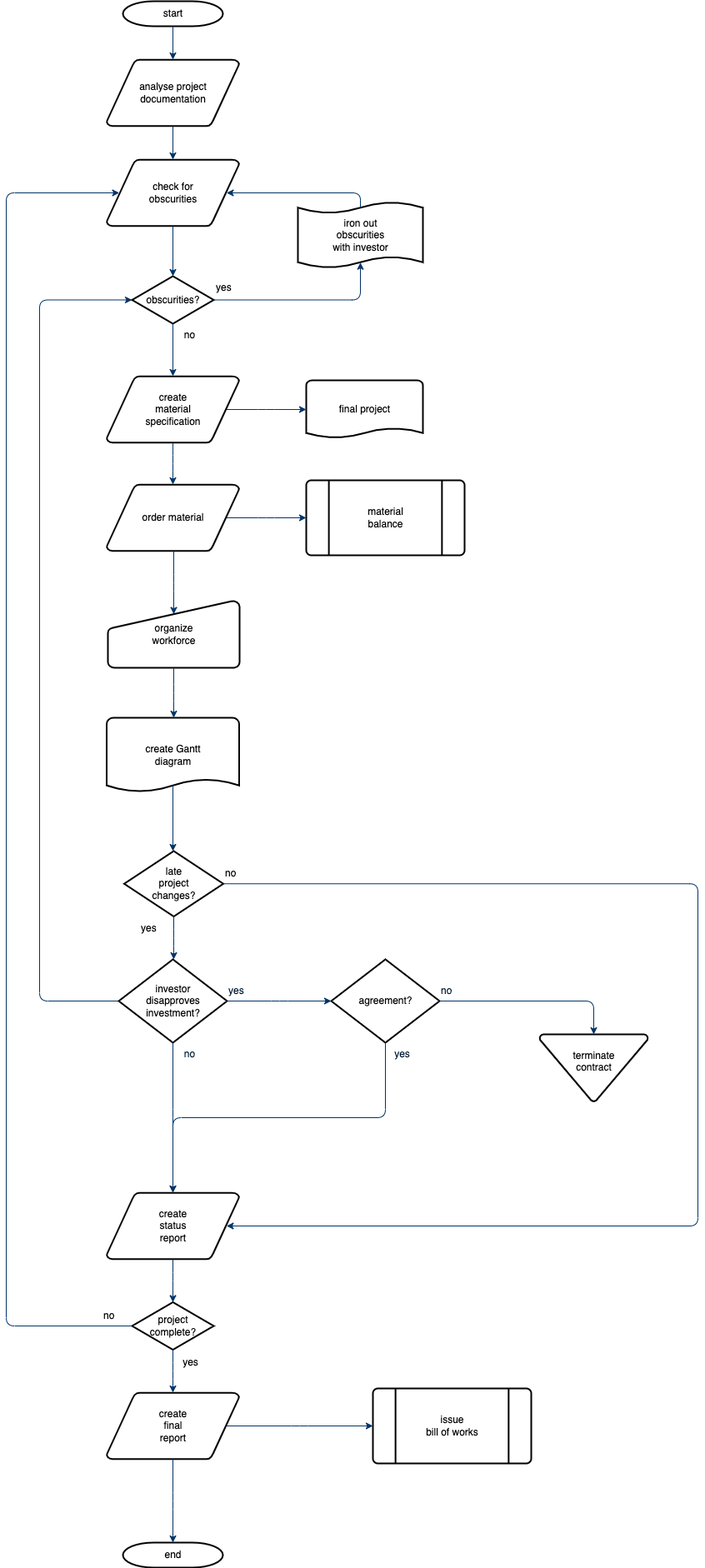
Clayszn/hello-world keeps this draw.io diagram as Untitled Diagram.drawio.png. Above is the earlier version. Source tidied: cells renumbered, new cells last; positions are measured from the earlier drawing's top-left corner, leaving out a move shared by most shapes.
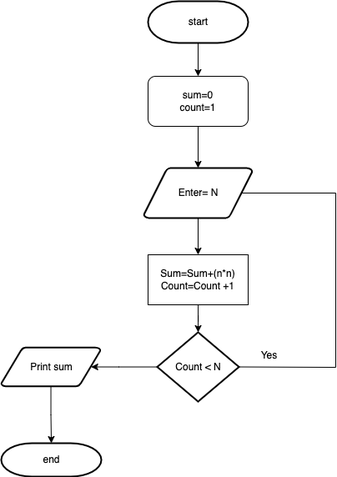
Later version of the same file.

The edit, as a diff of the source:
```diff
@@ -2,191 +2,59 @@
   <root>
     <mxCell id="0" />
     <mxCell id="1" parent="0" />
+    <mxCell id="56" style="edgeStyle=orthogonalEdgeStyle;rounded=0;jettySize=auto;html=1;" parent="1" edge="1" source="2" target="60">
+      <mxGeometry relative="1" as="geometry" />
+    </mxCell>
     <mxCell id="2" value="start" style="shape=mxgraph.flowchart.terminator;strokeWidth=2;gradientColor=none;gradientDirection=north;fontStyle=0;html=1;" parent="1" vertex="1">
-      <mxGeometry x="140" width="120" height="30" as="geometry" />
+      <mxGeometry x="135" y="-10" width="120" height="50" as="geometry" />
     </mxCell>
-    <mxCell id="3" value="analyse project&#10; documentation" style="shape=mxgraph.flowchart.data;strokeWidth=2;gradientColor=none;gradientDirection=north;fontStyle=0;html=1;" parent="1" vertex="1">
-      <mxGeometry x="120.5" y="70" width="159" height="80" as="geometry" />
-    </mxCell>
+    <mxCell id="57" style="edgeStyle=orthogonalEdgeStyle;rounded=0;jettySize=auto;html=1;" parent="1" edge="1" source="4" target="40">
+      <mxGeometry relative="1" as="geometry" />
+    </mxCell>
-    <mxCell id="4" value="create&#10;material&#10;specification" style="shape=mxgraph.flowchart.data;strokeWidth=2;gradientColor=none;gradientDirection=north;fontStyle=0;html=1;" parent="1" vertex="1">
-      <mxGeometry x="120.5" y="450" width="159" height="80" as="geometry" />
+    <mxCell id="4" value="Print sum" style="shape=mxgraph.flowchart.data;strokeWidth=2;gradientColor=none;gradientDirection=north;fontStyle=0;html=1;" parent="1" vertex="1">
+      <mxGeometry x="-41" y="405.2" width="119" height="46.5" as="geometry" />
     </mxCell>
+    <mxCell id="58" style="edgeStyle=orthogonalEdgeStyle;rounded=0;jettySize=auto;html=1;" parent="1" edge="1" source="5" target="62">
+      <mxGeometry relative="1" as="geometry" />
+    </mxCell>
-    <mxCell id="5" value="check for&#10;obscurities" style="shape=mxgraph.flowchart.data;strokeWidth=2;gradientColor=none;gradientDirection=north;fontStyle=0;html=1;" parent="1" vertex="1">
-      <mxGeometry x="120.5" y="190" width="159" height="80" as="geometry" />
+    <mxCell id="5" value="Enter= N" style="shape=mxgraph.flowchart.data;strokeWidth=2;gradientColor=none;gradientDirection=north;fontStyle=0;html=1;" parent="1" vertex="1">
+      <mxGeometry x="130" y="190" width="130" height="60" as="geometry" />
     </mxCell>
+    <mxCell id="12" style="edgeStyle=orthogonalEdgeStyle;rounded=0;jettySize=auto;html=1;entryX=0.905;entryY=0.5;entryDx=0;entryDy=0;entryPerimeter=0;" parent="1" edge="1" source="6" target="4">
+      <mxGeometry relative="1" as="geometry">
+        <Array as="points">
+          <mxPoint x="100" y="429" />
+        </Array>
+      </mxGeometry>
+    </mxCell>
-    <mxCell id="6" value="obscurities?" style="shape=mxgraph.flowchart.decision;strokeWidth=2;gradientColor=none;gradientDirection=north;fontStyle=0;html=1;" parent="1" vertex="1">
-      <mxGeometry x="151" y="330" width="98" height="57" as="geometry" />
+    <mxCell id="6" value="Count &amp;lt; N" style="shape=mxgraph.flowchart.decision;strokeWidth=2;gradientColor=none;gradientDirection=north;fontStyle=0;html=1;" parent="1" vertex="1">
+      <mxGeometry x="146" y="387" width="98" height="83" as="geometry" />
     </mxCell>
-    <mxCell id="7" style="fontStyle=1;strokeColor=#003366;strokeWidth=1;html=1;" parent="1" edge="1" source="2" target="3">
-      <mxGeometry relative="1" as="geometry" />
-    </mxCell>
-    <mxCell id="8" style="fontStyle=1;strokeColor=#003366;strokeWidth=1;html=1;" parent="1" edge="1" source="3" target="5">
-      <mxGeometry relative="1" as="geometry" />
-    </mxCell>
-    <mxCell id="9" style="entryX=0.5;entryY=0;entryPerimeter=0;fontStyle=1;strokeColor=#003366;strokeWidth=1;html=1;" parent="1" edge="1" source="5" target="6">
-      <mxGeometry relative="1" as="geometry" />
-    </mxCell>
-    <mxCell id="10" style="edgeStyle=elbowEdgeStyle;elbow=horizontal;entryX=0.5;entryY=0.91;entryPerimeter=0;exitX=1;exitY=0.5;exitPerimeter=0;fontStyle=1;strokeColor=#003366;strokeWidth=1;html=1;" parent="1" edge="1" source="6" target="51">
-      <mxGeometry x="381" y="28.5" as="geometry">
-        <Array as="points">
-          <mxPoint x="425" y="340" />
-        </Array>
-      </mxGeometry>
-    </mxCell>
-    <mxCell id="11" value="yes" style="text;fontStyle=0;html=1;strokeColor=none;gradientColor=none;fillColor=none;strokeWidth=2;" parent="1" vertex="1">
-      <mxGeometry x="250" y="330" width="40" height="26" as="geometry" />
-    </mxCell>
-    <mxCell id="12" style="edgeStyle=elbowEdgeStyle;elbow=horizontal;fontColor=#001933;fontStyle=1;strokeColor=#003366;strokeWidth=1;html=1;" parent="1" edge="1" source="6" target="4">
-      <mxGeometry as="geometry" />
-    </mxCell>
-    <mxCell id="13" value="order material" style="shape=mxgraph.flowchart.data;strokeWidth=2;gradientColor=none;gradientDirection=north;fontStyle=0;html=1;" parent="1" vertex="1">
-      <mxGeometry x="120.5" y="580" width="159" height="80" as="geometry" />
-    </mxCell>
-    <mxCell id="14" value="no" style="text;fontStyle=0;html=1;strokeColor=none;gradientColor=none;fillColor=none;strokeWidth=2;align=center;" parent="1" vertex="1">
-      <mxGeometry x="200" y="387" width="40" height="26" as="geometry" />
-    </mxCell>
-    <mxCell id="15" value="final project" style="shape=mxgraph.flowchart.document;strokeWidth=2;gradientColor=none;gradientDirection=north;fontStyle=0;html=1;" parent="1" vertex="1">
-      <mxGeometry x="360" y="455" width="140" height="70" as="geometry" />
-    </mxCell>
-    <mxCell id="16" style="edgeStyle=elbowEdgeStyle;elbow=horizontal;exitX=0.905;exitY=0.5;exitPerimeter=0;fontStyle=1;strokeColor=#003366;strokeWidth=1;html=1;" parent="1" edge="1" source="4" target="15">
-      <mxGeometry as="geometry" />
-    </mxCell>
-    <mxCell id="17" style="edgeStyle=elbowEdgeStyle;elbow=horizontal;fontStyle=1;strokeColor=#003366;strokeWidth=1;html=1;" parent="1" edge="1" source="4" target="13">
-      <mxGeometry as="geometry" />
-    </mxCell>
-    <mxCell id="18" value="material&#10;balance" style="shape=mxgraph.flowchart.predefined_process;strokeWidth=2;gradientColor=none;gradientDirection=north;fontStyle=0;html=1;" parent="1" vertex="1">
-      <mxGeometry x="360" y="575" width="190" height="90" as="geometry" />
-    </mxCell>
-    <mxCell id="19" style="edgeStyle=elbowEdgeStyle;elbow=horizontal;exitX=0.905;exitY=0.5;exitPerimeter=0;fontStyle=1;strokeColor=#003366;strokeWidth=1;html=1;" parent="1" edge="1" source="13" target="18">
-      <mxGeometry as="geometry" />
-    </mxCell>
-    <mxCell id="20" value="organize &#10;workforce" style="shape=mxgraph.flowchart.manual_input;strokeWidth=2;gradientColor=none;gradientDirection=north;fontStyle=0;html=1;" parent="1" vertex="1">
-      <mxGeometry x="122" y="720" width="158" height="80" as="geometry" />
-    </mxCell>
-    <mxCell id="21" style="edgeStyle=elbowEdgeStyle;elbow=horizontal;entryX=0.5;entryY=0.195;entryPerimeter=0;fontStyle=1;strokeColor=#003366;strokeWidth=1;html=1;" parent="1" edge="1" source="13" target="20">
-      <mxGeometry as="geometry" />
-    </mxCell>
-    <mxCell id="22" value="create Gantt&#10;diagram" style="shape=mxgraph.flowchart.document;strokeWidth=2;gradientColor=none;gradientDirection=north;fontStyle=0;html=1;" parent="1" vertex="1">
-      <mxGeometry x="120.5" y="860" width="159" height="90" as="geometry" />
-    </mxCell>
-    <mxCell id="23" style="edgeStyle=elbowEdgeStyle;elbow=horizontal;exitX=0.5;exitY=1;exitPerimeter=0;fontStyle=1;strokeColor=#003366;strokeWidth=1;html=1;" parent="1" edge="1" source="20" target="22">
-      <mxGeometry as="geometry" />
-    </mxCell>
-    <mxCell id="24" value="late&#10;project&#10;changes?" style="shape=mxgraph.flowchart.decision;strokeWidth=2;gradientColor=none;gradientDirection=north;fontStyle=0;html=1;" parent="1" vertex="1">
-      <mxGeometry x="141.5" y="1020" width="119" height="78.5" as="geometry" />
-    </mxCell>
-    <mxCell id="25" style="edgeStyle=elbowEdgeStyle;elbow=horizontal;exitX=0.5;exitY=0.9;exitPerimeter=0;fontStyle=1;strokeColor=#003366;strokeWidth=1;html=1;" parent="1" edge="1" source="22" target="24">
-      <mxGeometry as="geometry" />
-    </mxCell>
-    <mxCell id="26" style="edgeStyle=elbowEdgeStyle;elbow=horizontal;exitX=0;exitY=0.5;exitPerimeter=0;entryX=0;entryY=0.5;entryPerimeter=0;fontStyle=1;strokeColor=#003366;strokeWidth=1;html=1;" parent="1" edge="1" source="28" target="6">
-      <mxGeometry as="geometry">
-        <Array as="points">
-          <mxPoint x="40" y="790" />
-        </Array>
-      </mxGeometry>
-    </mxCell>
-    <mxCell id="27" value="yes" style="text;fontStyle=0;html=1;strokeColor=none;gradientColor=none;fillColor=none;strokeWidth=2;" parent="1" vertex="1">
-      <mxGeometry x="160" y="1098.5" width="40" height="26" as="geometry" />
-    </mxCell>
-    <mxCell id="28" value="investor&#10;disapproves&#10; investment?" style="shape=mxgraph.flowchart.decision;strokeWidth=2;gradientColor=none;gradientDirection=north;fontStyle=0;html=1;" parent="1" vertex="1">
-      <mxGeometry x="135" y="1150" width="130" height="100" as="geometry" />
-    </mxCell>
-    <mxCell id="29" value="agreement?" style="shape=mxgraph.flowchart.decision;strokeWidth=2;gradientColor=none;gradientDirection=north;fontStyle=0;html=1;" parent="1" vertex="1">
-      <mxGeometry x="390" y="1150" width="130" height="100" as="geometry" />
-    </mxCell>
-    <mxCell id="30" style="edgeStyle=elbowEdgeStyle;elbow=horizontal;exitX=0.5;exitY=1;exitPerimeter=0;fontStyle=1;strokeColor=#003366;strokeWidth=1;html=1;" parent="1" edge="1" source="24" target="28">
-      <mxGeometry as="geometry" />
-    </mxCell>
-    <mxCell id="31" style="edgeStyle=elbowEdgeStyle;elbow=horizontal;exitX=1;exitY=0.5;exitPerimeter=0;entryX=0;entryY=0.5;entryPerimeter=0;fontStyle=1;strokeColor=#003366;strokeWidth=1;html=1;" parent="1" edge="1" source="28" target="29">
-      <mxGeometry as="geometry" />
-    </mxCell>
-    <mxCell id="32" value="terminate&#10;contract&#10;" style="shape=mxgraph.flowchart.merge_or_storage;strokeWidth=2;gradientColor=none;gradientDirection=north;fontStyle=0;html=1;" parent="1" vertex="1">
-      <mxGeometry x="640" y="1240" width="130" height="80.5" as="geometry" />
-    </mxCell>
-    <mxCell id="33" style="edgeStyle=elbowEdgeStyle;elbow=vertical;exitX=1;exitY=0.5;exitPerimeter=0;entryX=0.5;entryY=0;entryPerimeter=0;fontStyle=1;strokeColor=#003366;strokeWidth=1;html=1;" parent="1" edge="1" source="29" target="32">
-      <mxGeometry as="geometry">
-        <Array as="points">
-          <mxPoint x="620" y="1200" />
-        </Array>
-      </mxGeometry>
-    </mxCell>
-    <mxCell id="34" value="create&#10;status&#10;report" style="shape=mxgraph.flowchart.data;strokeWidth=2;gradientColor=none;gradientDirection=north;fontStyle=0;html=1;" parent="1" vertex="1">
-      <mxGeometry x="120.5" y="1430" width="159" height="80" as="geometry" />
-    </mxCell>
-    <mxCell id="35" style="edgeStyle=elbowEdgeStyle;elbow=vertical;exitX=0.5;exitY=1;exitPerimeter=0;fontColor=#001933;fontStyle=1;strokeColor=#003366;strokeWidth=1;html=1;" parent="1" edge="1" source="28" target="34">
-      <mxGeometry as="geometry" />
-    </mxCell>
-    <mxCell id="36" style="edgeStyle=elbowEdgeStyle;elbow=vertical;exitX=0.5;exitY=1;exitPerimeter=0;entryX=0.5;entryY=0;entryPerimeter=0;fontStyle=1;strokeColor=#003366;strokeWidth=1;html=1;" parent="1" edge="1" source="29" target="34">
-      <mxGeometry as="geometry" />
-    </mxCell>
-    <mxCell id="37" value="project&#10;complete?" style="shape=mxgraph.flowchart.decision;strokeWidth=2;gradientColor=none;gradientDirection=north;fontStyle=0;html=1;" parent="1" vertex="1">
-      <mxGeometry x="151" y="1561.5" width="98" height="57" as="geometry" />
-    </mxCell>
-    <mxCell id="38" value="create&#10;final&#10;report" style="shape=mxgraph.flowchart.data;strokeWidth=2;gradientColor=none;gradientDirection=north;fontStyle=0;html=1;" parent="1" vertex="1">
-      <mxGeometry x="120.5" y="1670" width="159" height="80" as="geometry" />
-    </mxCell>
-    <mxCell id="39" value="issue&#10;bill of works" style="shape=mxgraph.flowchart.predefined_process;strokeWidth=2;gradientColor=none;gradientDirection=north;fontStyle=0;html=1;" parent="1" vertex="1">
-      <mxGeometry x="440" y="1665" width="190" height="90" as="geometry" />
-    </mxCell>
     <mxCell id="40" value="end" style="shape=mxgraph.flowchart.terminator;strokeWidth=2;gradientColor=none;gradientDirection=north;fontStyle=0;html=1;" parent="1" vertex="1">
-      <mxGeometry x="140" y="1850" width="120" height="30" as="geometry" />
+      <mxGeometry x="-41" y="520" width="120" height="40" as="geometry" />
     </mxCell>
-    <mxCell id="41" style="edgeStyle=elbowEdgeStyle;elbow=vertical;exitX=0.5;exitY=1;exitPerimeter=0;entryX=0.5;entryY=0;entryPerimeter=0;fontStyle=1;strokeColor=#003366;strokeWidth=1;html=1;" parent="1" edge="1" source="34" target="37">
-      <mxGeometry as="geometry" />
-    </mxCell>
-    <mxCell id="42" style="edgeStyle=elbowEdgeStyle;elbow=vertical;exitX=0.5;exitY=1;exitPerimeter=0;entryX=0.5;entryY=0;entryPerimeter=0;fontStyle=1;strokeColor=#003366;strokeWidth=1;html=1;" parent="1" edge="1" source="37" target="38">
-      <mxGeometry as="geometry" />
-    </mxCell>
-    <mxCell id="43" style="edgeStyle=elbowEdgeStyle;elbow=vertical;exitX=0.5;exitY=1;exitPerimeter=0;entryX=0.5;entryY=0;entryPerimeter=0;fontStyle=1;strokeColor=#003366;strokeWidth=1;html=1;" parent="1" edge="1" source="38" target="40">
-      <mxGeometry as="geometry" />
-    </mxCell>
-    <mxCell id="44" style="edgeStyle=elbowEdgeStyle;elbow=vertical;exitX=0.905;exitY=0.5;exitPerimeter=0;entryX=0;entryY=0.5;entryPerimeter=0;fontStyle=1;strokeColor=#003366;strokeWidth=1;html=1;" parent="1" edge="1" source="38" target="39">
-      <mxGeometry as="geometry" />
-    </mxCell>
-    <mxCell id="45" style="edgeStyle=elbowEdgeStyle;elbow=horizontal;exitX=1;exitY=0.5;exitPerimeter=0;entryX=0.905;entryY=0.5;entryPerimeter=0;fontStyle=1;strokeColor=#003366;strokeWidth=1;html=1;" parent="1" edge="1" source="24" target="34">
-      <mxGeometry as="geometry">
-        <Array as="points">
-          <mxPoint x="830" y="1260" />
-        </Array>
-      </mxGeometry>
-    </mxCell>
-    <mxCell id="46" value="no" style="text;fontStyle=0;html=1;strokeColor=none;gradientColor=none;fillColor=none;strokeWidth=2;" parent="1" vertex="1">
-      <mxGeometry x="260.5" y="1033.2" width="40" height="26" as="geometry" />
-    </mxCell>
-    <mxCell id="47" value="yes" style="text;fontColor=#001933;fontStyle=0;html=1;strokeColor=none;gradientColor=none;fillColor=none;strokeWidth=2;" parent="1" vertex="1">
-      <mxGeometry x="265" y="1174" width="40" height="26" as="geometry" />
-    </mxCell>
-    <mxCell id="48" value="no" style="text;fontColor=#001933;fontStyle=0;html=1;strokeColor=none;gradientColor=none;fillColor=none;strokeWidth=2;align=center;" parent="1" vertex="1">
-      <mxGeometry x="200" y="1250" width="40" height="26" as="geometry" />
-    </mxCell>
-    <mxCell id="49" value="yes" style="text;fontColor=#001933;fontStyle=0;html=1;strokeColor=none;gradientColor=none;fillColor=none;strokeWidth=2;align=center;" parent="1" vertex="1">
-      <mxGeometry x="455" y="1250" width="40" height="26" as="geometry" />
-    </mxCell>
-    <mxCell id="50" value="no" style="text;fontColor=#001933;fontStyle=0;html=1;strokeColor=none;gradientColor=none;fillColor=none;strokeWidth=2;" parent="1" vertex="1">
-      <mxGeometry x="520" y="1174" width="40" height="26" as="geometry" />
-    </mxCell>
-    <mxCell id="51" value="iron out&#10;obscurities &#10;with investor" style="shape=mxgraph.flowchart.paper_tape;strokeWidth=2;gradientColor=none;gradientDirection=north;fontStyle=0;html=1;" parent="1" vertex="1">
-      <mxGeometry x="350" y="240" width="150" height="81" as="geometry" />
-    </mxCell>
-    <mxCell id="52" style="edgeStyle=elbowEdgeStyle;elbow=horizontal;exitX=0.5;exitY=0.09;exitPerimeter=0;entryX=0.905;entryY=0.5;entryPerimeter=0;fontStyle=1;strokeColor=#003366;strokeWidth=1;html=1;" parent="1" edge="1" source="51" target="5">
-      <mxGeometry as="geometry">
-        <Array as="points">
-          <mxPoint x="425" y="240" />
-        </Array>
-      </mxGeometry>
-    </mxCell>
-    <mxCell id="53" value="yes" style="text;fontStyle=0;html=1;strokeColor=none;gradientColor=none;fillColor=none;strokeWidth=2;align=center;" parent="1" vertex="1">
-      <mxGeometry x="201" y="1620" width="40" height="26" as="geometry" />
-    </mxCell>
-    <mxCell id="54" style="edgeStyle=elbowEdgeStyle;elbow=horizontal;exitX=0;exitY=0.5;exitPerimeter=0;entryX=0.095;entryY=0.5;entryPerimeter=0;fontStyle=1;strokeColor=#003366;strokeWidth=1;html=1;" parent="1" edge="1" source="37" target="5">
-      <mxGeometry as="geometry">
-        <Array as="points">
-          <mxPoint y="910" />
-        </Array>
-      </mxGeometry>
-    </mxCell>
-    <mxCell id="55" value="no" style="text;fontStyle=0;html=1;strokeColor=none;gradientColor=none;fillColor=none;strokeWidth=2;" parent="1" vertex="1">
-      <mxGeometry x="115" y="1564" width="40" height="26" as="geometry" />
-    </mxCell>
+    <mxCell id="59" style="edgeStyle=orthogonalEdgeStyle;rounded=0;jettySize=auto;html=1;" parent="1" edge="1" source="60" target="5">
+      <mxGeometry relative="1" as="geometry" />
+    </mxCell>
+    <mxCell id="60" value="sum=0&lt;br&gt;count=1" style="rounded=1;whiteSpace=wrap;html=1;" parent="1" vertex="1">
+      <mxGeometry x="135" y="80" width="120" height="60" as="geometry" />
+    </mxCell>
+    <mxCell id="61" style="edgeStyle=orthogonalEdgeStyle;rounded=0;jettySize=auto;html=1;" parent="1" edge="1" source="62" target="6">
+      <mxGeometry relative="1" as="geometry" />
+    </mxCell>
+    <mxCell id="62" value="Sum=Sum+(n*n)&lt;br&gt;Count=Count +1" style="rounded=0;whiteSpace=wrap;html=1;" parent="1" vertex="1">
+      <mxGeometry x="135" y="294" width="120" height="60" as="geometry" />
+    </mxCell>
+    <mxCell id="63" value="Yes&lt;br&gt;" style="text;html=1;align=center;verticalAlign=middle;strokeColor=none;fillColor=none;" parent="1" vertex="1">
+      <mxGeometry x="260" y="400" width="40" height="30" as="geometry" />
+    </mxCell>
+    <mxCell id="64" style="endArrow=none;html=1;rounded=0;entryX=0.905;entryY=0.5;entryDx=0;entryDy=0;entryPerimeter=0;exitX=1;exitY=0.5;exitDx=0;exitDy=0;exitPerimeter=0;" parent="1" edge="1" source="6" target="5">
+      <mxGeometry relative="1" as="geometry">
+        <Array as="points">
+          <mxPoint x="360" y="429" />
+          <mxPoint x="360" y="220" />
+        </Array>
+      </mxGeometry>
+    </mxCell>
   </root>
 </mxGraphModel>
```
